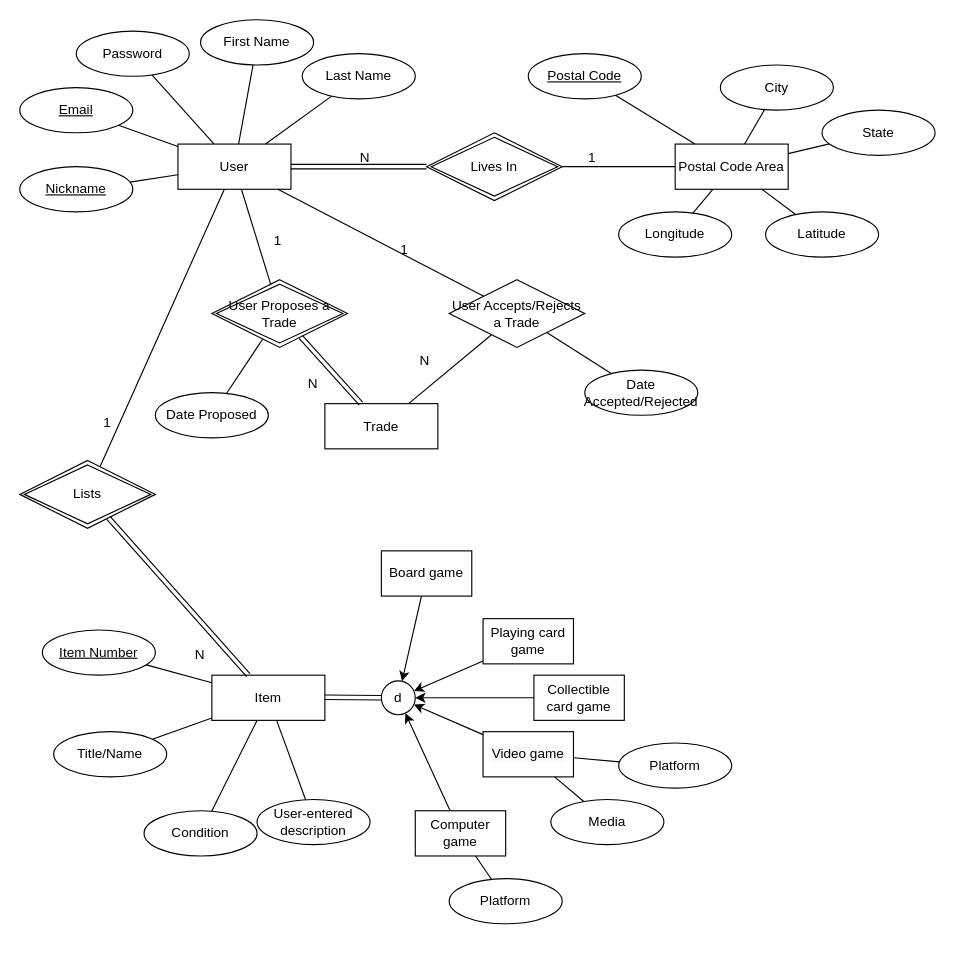
Above: Untitled Diagram.drawio in joshliuzh/cs6400 (draw.io), before the change. Source tidied: cells renumbered, new cells numbered last; positions are measured from the earlier drawing's top-left corner, leaving out a move shared by most shapes. Both pictures are drawn from the tidied source at 113%, with x=0, y=0 at pixel (19, 19).
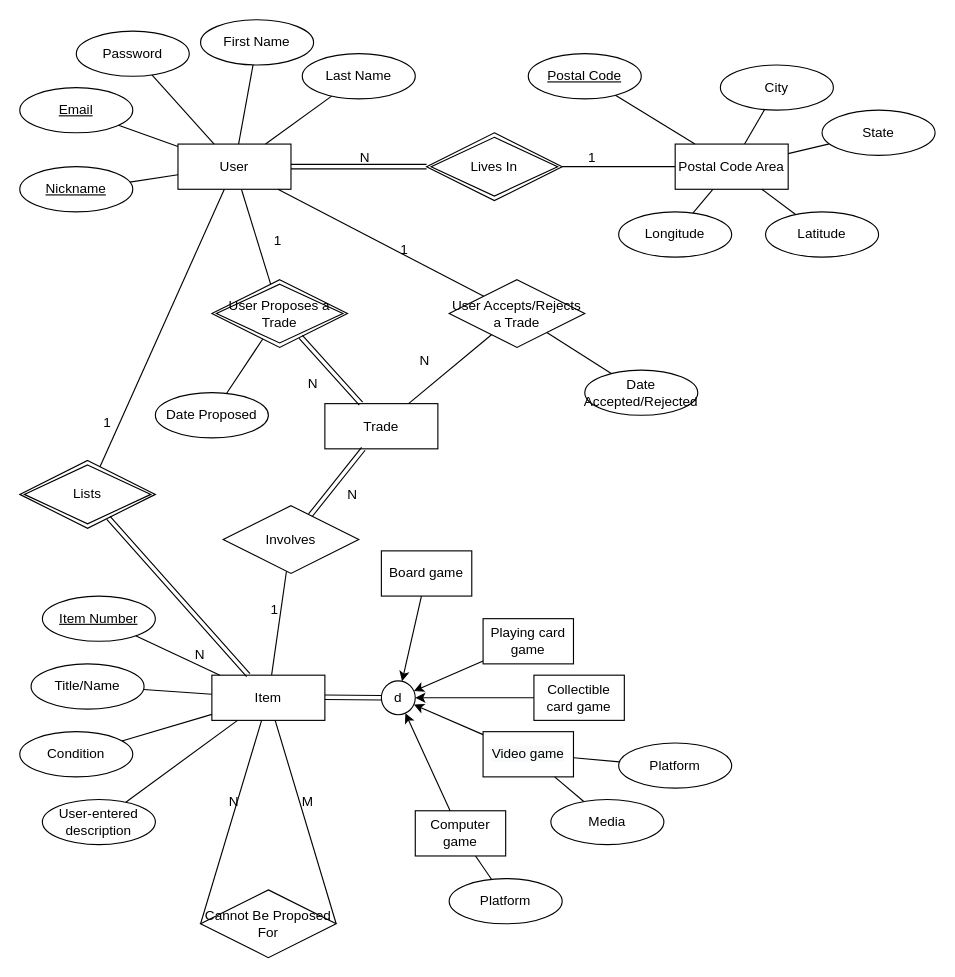
The same diagram, later.

The change refers to these unchanged cells:
```xml
<mxCell id="29" value="Item" style="whiteSpace=wrap;html=1;align=center;rounded=0;" parent="1" vertex="1">
  <mxGeometry x="170" y="580" width="100" height="40" as="geometry" />
</mxCell>
<mxCell id="56" value="Trade" style="whiteSpace=wrap;html=1;align=center;rounded=0;" parent="1" vertex="1">
  <mxGeometry x="270" y="339.7" width="100" height="40" as="geometry" />
</mxCell>
```

Change to the diagram source:
```diff
@@
     <mxCell id="31" value="Item Number" style="ellipse;whiteSpace=wrap;html=1;align=center;fontStyle=4;rounded=0;" parent="1" vertex="1">
-      <mxGeometry x="20" y="540" width="100" height="40" as="geometry" />
+      <mxGeometry x="20" y="510" width="100" height="40" as="geometry" />
     </mxCell>
@@
     <mxCell id="51" value="Condition" style="ellipse;whiteSpace=wrap;html=1;align=center;rounded=0;" parent="1" vertex="1">
-      <mxGeometry x="110" y="700" width="100" height="40" as="geometry" />
+      <mxGeometry y="630" width="100" height="40" as="geometry" />
     </mxCell>
@@
     <mxCell id="53" value="User-entered description" style="ellipse;whiteSpace=wrap;html=1;align=center;rounded=0;" parent="1" vertex="1">
-      <mxGeometry x="210" y="690" width="100" height="40" as="geometry" />
+      <mxGeometry x="20" y="690" width="100" height="40" as="geometry" />
     </mxCell>
@@
     <mxCell id="55" value="Title/Name" style="ellipse;whiteSpace=wrap;html=1;align=center;rounded=0;" parent="1" vertex="1">
-      <mxGeometry x="30" y="630" width="100" height="40" as="geometry" />
+      <mxGeometry x="10" y="570" width="100" height="40" as="geometry" />
     </mxCell>
@@
+    <mxCell id="76" value="Involves" style="shape=rhombus;perimeter=rhombusPerimeter;whiteSpace=wrap;html=1;align=center;rounded=0;" parent="1" vertex="1">
+      <mxGeometry x="180" y="430" width="120" height="60" as="geometry" />
+    </mxCell>
+    <mxCell id="77" style="shape=link;html=1;rounded=0;" parent="1" edge="1" source="56" target="76">
+      <mxGeometry relative="1" as="geometry" />
+    </mxCell>
+    <mxCell id="78" value="N" style="html=1;align=right;verticalAlign=bottom;rounded=0;" parent="77" vertex="1">
+      <mxGeometry x="1" relative="1" as="geometry">
+        <mxPoint x="42" y="-9" as="offset" />
+      </mxGeometry>
+    </mxCell>
+    <mxCell id="79" style="endArrow=none;html=1;rounded=0;" parent="1" edge="1" source="76" target="29">
+      <mxGeometry relative="1" as="geometry" />
+    </mxCell>
+    <mxCell id="80" value="1" style="html=1;align=right;verticalAlign=bottom;rounded=0;" parent="79" vertex="1">
+      <mxGeometry x="1" relative="1" as="geometry">
+        <mxPoint x="6" y="-50" as="offset" />
+      </mxGeometry>
+    </mxCell>
+    <mxCell id="81" value="Cannot Be Proposed For" style="shape=rhombus;perimeter=rhombusPerimeter;whiteSpace=wrap;html=1;align=center;rounded=0;" parent="1" vertex="1">
+      <mxGeometry x="160" y="770" width="120" height="60" as="geometry" />
+    </mxCell>
+    <mxCell id="82" style="endArrow=none;html=1;rounded=0;exitX=0;exitY=0.5;exitDx=0;exitDy=0;" parent="1" edge="1" source="81" target="29">
+      <mxGeometry relative="1" as="geometry" />
+    </mxCell>
+    <mxCell id="83" value="N" style="html=1;align=right;verticalAlign=bottom;rounded=0;" parent="82" vertex="1">
+      <mxGeometry x="1" relative="1" as="geometry">
+        <mxPoint x="-20" y="80" as="offset" />
+      </mxGeometry>
+    </mxCell>
+    <mxCell id="84" style="endArrow=none;html=1;rounded=0;exitX=1;exitY=0.5;exitDx=0;exitDy=0;" parent="1" edge="1" source="81" target="29">
+      <mxGeometry relative="1" as="geometry" />
+    </mxCell>
+    <mxCell id="85" value="M" style="html=1;align=right;verticalAlign=bottom;rounded=0;" parent="84" vertex="1">
+      <mxGeometry x="1" relative="1" as="geometry">
+        <mxPoint x="34" y="80" as="offset" />
+      </mxGeometry>
+    </mxCell>
```
